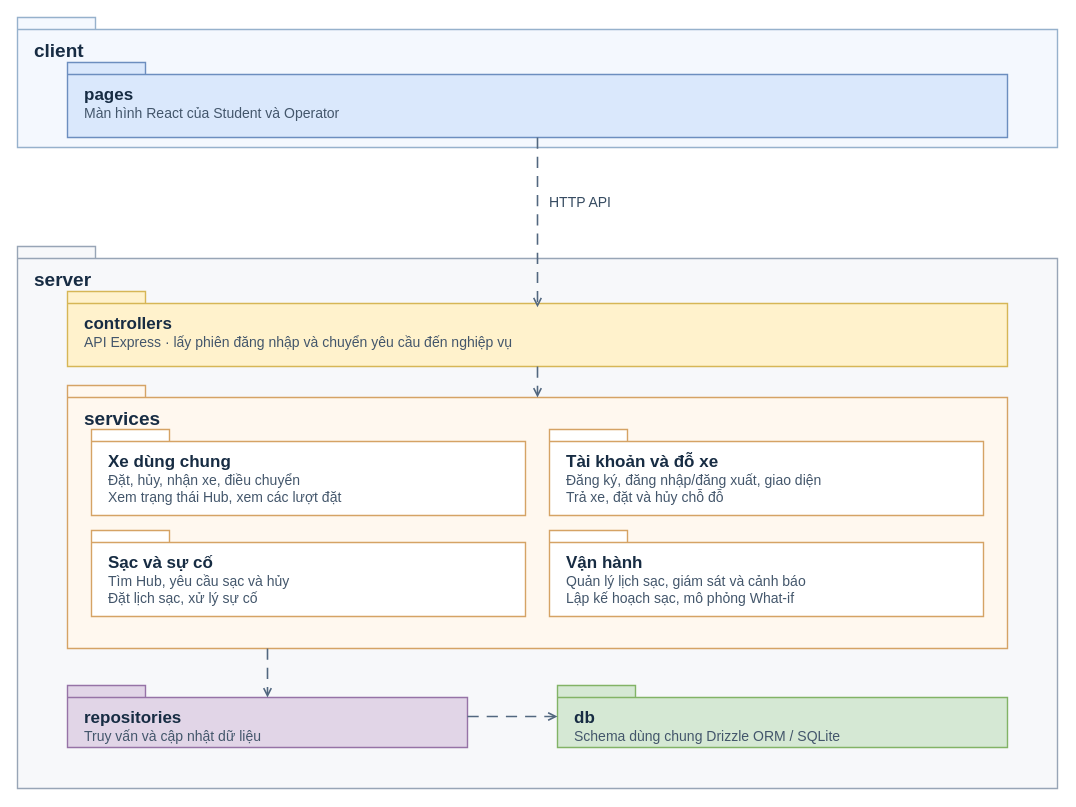
Before: docs/hoangnhan_submission3/packagediagram.drawio in nhanbui304/smart-emobility-hub, a draw.io diagram. Source tidied: cells renumbered, new cells numbered last; positions are measured from the earlier drawing's top-left corner, leaving out a move shared by most shapes. Both pictures are drawn from the tidied source at 100%, with x=0, y=0 at pixel (17, 17).
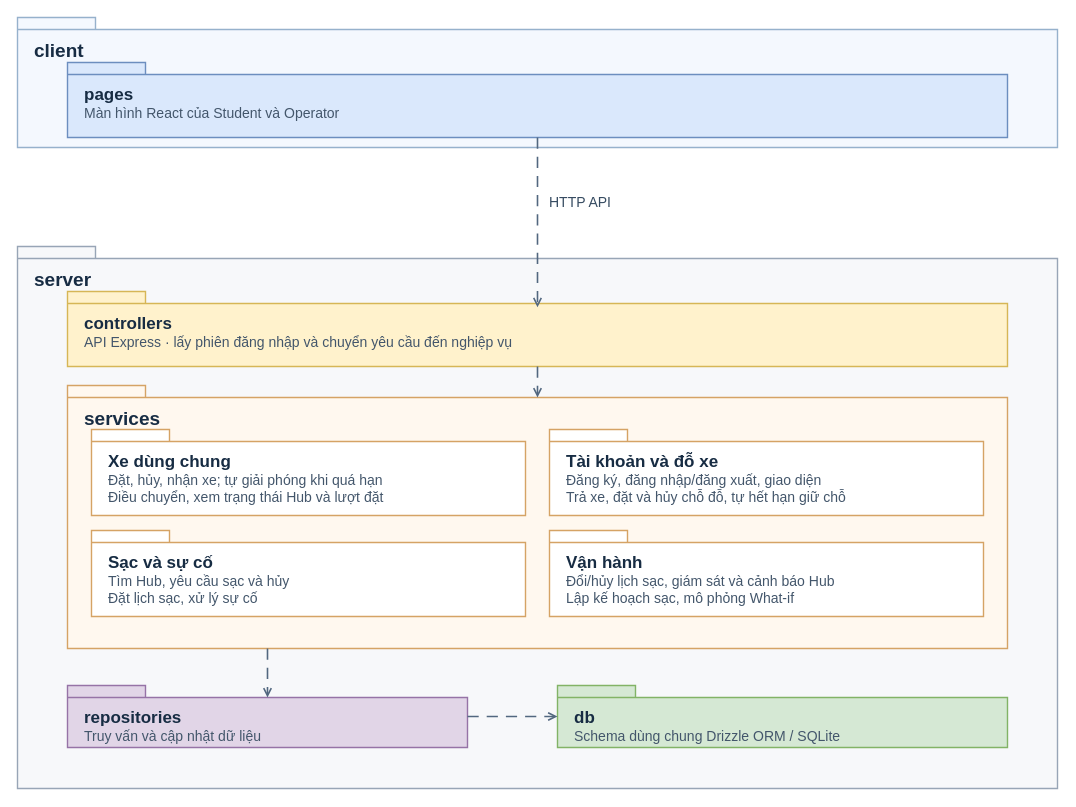
The same diagram, later.

Diff of the diagram source:
```diff
@@
 <mxGraphModel>
   <root>
     <mxCell id="0" />
     <mxCell id="1" parent="0" />
     <mxCell id="2" value="&lt;b style=&quot;font-size:19px&quot;&gt;client&lt;/b&gt;" style="shape=folder;tabWidth=78;tabHeight=12;tabPosition=left;html=1;whiteSpace=wrap;align=left;verticalAlign=top;spacingTop=16;spacingLeft=15;spacingBottom=0;strokeWidth=1.4;fillColor=#f4f8fe;strokeColor=#96b1cc;fontColor=#172c43;" parent="1" vertex="1">
       <mxGeometry width="1040" height="130" as="geometry" />
     </mxCell>
     <mxCell id="3" value="&lt;b style=&quot;font-size:17px&quot;&gt;pages&lt;/b&gt;&lt;br&gt;&lt;span style=&quot;font-size:14px;color:#43566b&quot;&gt;Màn hình React của Student và Operator&lt;/span&gt;" style="shape=folder;tabWidth=78;tabHeight=12;tabPosition=left;html=1;whiteSpace=wrap;align=left;verticalAlign=top;spacingTop=16;spacingLeft=15;spacingBottom=0;strokeWidth=1.4;fillColor=#dae8fc;strokeColor=#6c8ebf;fontColor=#172c43;" parent="2" vertex="1">
       <mxGeometry x="50" y="45" width="940" height="75" as="geometry" />
     </mxCell>
     <mxCell id="4" value="&lt;b style=&quot;font-size:19px&quot;&gt;server&lt;/b&gt;" style="shape=folder;tabWidth=78;tabHeight=12;tabPosition=left;html=1;whiteSpace=wrap;align=left;verticalAlign=top;spacingTop=16;spacingLeft=15;spacingBottom=0;strokeWidth=1.4;fillColor=#f7f8fa;strokeColor=#98a5b6;fontColor=#172c43;" parent="1" vertex="1">
       <mxGeometry y="229" width="1040" height="542" as="geometry" />
     </mxCell>
     <mxCell id="5" value="&lt;b style=&quot;font-size:17px&quot;&gt;controllers&lt;/b&gt;&lt;br&gt;&lt;span style=&quot;font-size:14px;color:#43566b&quot;&gt;API Express · lấy phiên đăng nhập và chuyển yêu cầu đến nghiệp vụ&lt;/span&gt;" style="shape=folder;tabWidth=78;tabHeight=12;tabPosition=left;html=1;whiteSpace=wrap;align=left;verticalAlign=top;spacingTop=16;spacingLeft=15;spacingBottom=0;strokeWidth=1.4;fillColor=#fff2cc;strokeColor=#d6b656;fontColor=#172c43;" parent="4" vertex="1">
       <mxGeometry x="50" y="45" width="940" height="75" as="geometry" />
     </mxCell>
     <mxCell id="6" value="&lt;b style=&quot;font-size:19px&quot;&gt;services&lt;/b&gt;" style="shape=folder;tabWidth=78;tabHeight=12;tabPosition=left;html=1;whiteSpace=wrap;align=left;verticalAlign=top;spacingTop=16;spacingLeft=15;spacingBottom=0;strokeWidth=1.4;fillColor=#fff8ef;strokeColor=#d5a365;fontColor=#172c43;" parent="4" vertex="1">
       <mxGeometry x="50" y="139" width="940" height="263" as="geometry" />
     </mxCell>
-    <mxCell id="7" value="&lt;b style=&quot;font-size:17px&quot;&gt;Xe dùng chung&lt;/b&gt;&lt;br&gt;&lt;span style=&quot;font-size: 14px; color: rgb(67, 86, 107);&quot;&gt;Đặt, hủy, nhận xe, điều chuyển&lt;/span&gt;&lt;br&gt;&lt;span style=&quot;font-size: 14px; color: rgb(67, 86, 107);&quot;&gt;Xem trạng thái Hub, xem các lượt đặt&lt;/span&gt;" style="shape=folder;tabWidth=78;tabHeight=12;tabPosition=left;html=1;whiteSpace=wrap;align=left;verticalAlign=top;spacingTop=16;spacingLeft=15;spacingBottom=0;strokeWidth=1.4;fillColor=#ffffff;strokeColor=#d5a365;fontColor=#172c43;" parent="6" vertex="1">
+    <mxCell id="7" value="&lt;b style=&quot;font-size:17px&quot;&gt;Xe dùng chung&lt;/b&gt;&lt;br&gt;&lt;span style=&quot;font-size: 14px; color: rgb(67, 86, 107);&quot;&gt;Đặt, hủy, nhận xe; tự giải phóng khi quá hạn&lt;/span&gt;&lt;br&gt;&lt;span style=&quot;font-size: 14px; color: rgb(67, 86, 107);&quot;&gt;Điều chuyển, xem trạng thái Hub và lượt đặt&lt;/span&gt;" style="shape=folder;tabWidth=78;tabHeight=12;tabPosition=left;html=1;whiteSpace=wrap;align=left;verticalAlign=top;spacingTop=16;spacingLeft=15;spacingBottom=0;strokeWidth=1.4;fillColor=#ffffff;strokeColor=#d5a365;fontColor=#172c43;" parent="6" vertex="1">
       <mxGeometry x="24" y="44" width="434" height="86" as="geometry" />
     </mxCell>
-    <mxCell id="8" value="&lt;b style=&quot;font-size:17px&quot;&gt;Tài khoản và đỗ xe&lt;/b&gt;&lt;br&gt;&lt;span style=&quot;font-size: 14px; color: rgb(67, 86, 107);&quot;&gt;Đăng ký, đăng nhập/đăng xuất, giao diện&lt;/span&gt;&lt;br&gt;&lt;span style=&quot;font-size: 14px; color: rgb(67, 86, 107);&quot;&gt;Trả xe, đặt và hủy chỗ đỗ&lt;/span&gt;" style="shape=folder;tabWidth=78;tabHeight=12;tabPosition=left;html=1;whiteSpace=wrap;align=left;verticalAlign=top;spacingTop=16;spacingLeft=15;spacingBottom=0;strokeWidth=1.4;fillColor=#ffffff;strokeColor=#d5a365;fontColor=#172c43;" parent="6" vertex="1">
+    <mxCell id="8" value="&lt;b style=&quot;font-size:17px&quot;&gt;Tài khoản và đỗ xe&lt;/b&gt;&lt;br&gt;&lt;span style=&quot;font-size: 14px; color: rgb(67, 86, 107);&quot;&gt;Đăng ký, đăng nhập/đăng xuất, giao diện&lt;/span&gt;&lt;br&gt;&lt;span style=&quot;font-size: 14px; color: rgb(67, 86, 107);&quot;&gt;Trả xe, đặt và hủy chỗ đỗ, tự hết hạn giữ chỗ&lt;/span&gt;" style="shape=folder;tabWidth=78;tabHeight=12;tabPosition=left;html=1;whiteSpace=wrap;align=left;verticalAlign=top;spacingTop=16;spacingLeft=15;spacingBottom=0;strokeWidth=1.4;fillColor=#ffffff;strokeColor=#d5a365;fontColor=#172c43;" parent="6" vertex="1">
       <mxGeometry x="482" y="44" width="434" height="86" as="geometry" />
     </mxCell>
     <mxCell id="9" value="&lt;b style=&quot;font-size:17px&quot;&gt;Sạc và sự cố&lt;/b&gt;&lt;br&gt;&lt;span style=&quot;font-size: 14px; color: rgb(67, 86, 107);&quot;&gt;Tìm Hub, yêu cầu sạc và hủy&lt;/span&gt;&lt;br&gt;&lt;span style=&quot;font-size: 14px; color: rgb(67, 86, 107);&quot;&gt;Đặt lịch sạc, xử lý sự cố&lt;/span&gt;" style="shape=folder;tabWidth=78;tabHeight=12;tabPosition=left;html=1;whiteSpace=wrap;align=left;verticalAlign=top;spacingTop=16;spacingLeft=15;spacingBottom=0;strokeWidth=1.4;fillColor=#ffffff;strokeColor=#d5a365;fontColor=#172c43;" parent="6" vertex="1">
       <mxGeometry x="24" y="145" width="434" height="86" as="geometry" />
     </mxCell>
-    <mxCell id="10" value="&lt;b style=&quot;font-size:17px&quot;&gt;Vận hành&lt;/b&gt;&lt;br&gt;&lt;span style=&quot;font-size: 14px; color: rgb(67, 86, 107);&quot;&gt;Quản lý lịch sạc, giám sát và cảnh báo&lt;/span&gt;&lt;br&gt;&lt;span style=&quot;font-size: 14px; color: rgb(67, 86, 107);&quot;&gt;Lập kế hoạch sạc, mô phỏng What-if&lt;/span&gt;" style="shape=folder;tabWidth=78;tabHeight=12;tabPosition=left;html=1;whiteSpace=wrap;align=left;verticalAlign=top;spacingTop=16;spacingLeft=15;spacingBottom=0;strokeWidth=1.4;fillColor=#ffffff;strokeColor=#d5a365;fontColor=#172c43;" parent="6" vertex="1">
+    <mxCell id="10" value="&lt;b style=&quot;font-size:17px&quot;&gt;Vận hành&lt;/b&gt;&lt;br&gt;&lt;span style=&quot;font-size: 14px; color: rgb(67, 86, 107);&quot;&gt;Đổi/hủy lịch sạc, giám sát và cảnh báo Hub&lt;/span&gt;&lt;br&gt;&lt;span style=&quot;font-size: 14px; color: rgb(67, 86, 107);&quot;&gt;Lập kế hoạch sạc, mô phỏng What-if&lt;/span&gt;" style="shape=folder;tabWidth=78;tabHeight=12;tabPosition=left;html=1;whiteSpace=wrap;align=left;verticalAlign=top;spacingTop=16;spacingLeft=15;spacingBottom=0;strokeWidth=1.4;fillColor=#ffffff;strokeColor=#d5a365;fontColor=#172c43;" parent="6" vertex="1">
       <mxGeometry x="482" y="145" width="434" height="86" as="geometry" />
     </mxCell>
     <mxCell id="11" value="&lt;b style=&quot;font-size:17px&quot;&gt;repositories&lt;/b&gt;&lt;br&gt;&lt;span style=&quot;font-size:14px;color:#43566b&quot;&gt;Truy vấn và cập nhật dữ liệu&lt;/span&gt;" style="shape=folder;tabWidth=78;tabHeight=12;tabPosition=left;html=1;whiteSpace=wrap;align=left;verticalAlign=top;spacingTop=16;spacingLeft=15;spacingBottom=0;strokeWidth=1.4;fillColor=#e1d5e7;strokeColor=#9673a6;fontColor=#172c43;" parent="4" vertex="1">
       <mxGeometry x="50" y="439" width="400" height="62" as="geometry" />
     </mxCell>
     <mxCell id="12" value="&lt;b style=&quot;font-size:17px&quot;&gt;db&lt;/b&gt;&lt;br&gt;&lt;span style=&quot;font-size: 14px; color: rgb(67, 86, 107);&quot;&gt;Schema dùng chung Drizzle ORM / SQLite&lt;/span&gt;" style="shape=folder;tabWidth=78;tabHeight=12;tabPosition=left;html=1;whiteSpace=wrap;align=left;verticalAlign=top;spacingTop=16;spacingLeft=15;spacingBottom=0;strokeWidth=1.4;fillColor=#d5e8d4;strokeColor=#82b366;fontColor=#172c43;" parent="4" vertex="1">
       <mxGeometry x="540" y="439" width="450" height="62" as="geometry" />
     </mxCell>
     <mxCell id="13" style="noEdgeStyle=1;html=1;endArrow=open;endFill=0;dashed=1;dashPattern=7 5;strokeColor=#52677f;strokeWidth=1.6;exitX=0.5;exitY=1;exitPerimeter=0;entryX=0.5;entryY=0.21052631578947367;entryPerimeter=0;" parent="1" edge="1" source="3" target="5">
       <mxGeometry relative="1" as="geometry" />
     </mxCell>
     <mxCell id="14" style="noEdgeStyle=1;html=1;endArrow=open;endFill=0;dashed=1;dashPattern=7 5;strokeColor=#52677f;strokeWidth=1.6;exitX=0.5;exitY=1;exitPerimeter=0;entryX=0.5;entryY=0.045627376425855515;entryPerimeter=0;" parent="1" edge="1" source="5" target="6">
       <mxGeometry relative="1" as="geometry" />
     </mxCell>
     <mxCell id="15" style="noEdgeStyle=1;html=1;endArrow=open;endFill=0;dashed=1;dashPattern=7 5;strokeColor=#52677f;strokeWidth=1.6;exitX=0.2127659574;exitY=1;exitPerimeter=0;entryX=0.5;entryY=0.1935483870967742;entryPerimeter=0;" parent="1" edge="1" source="6" target="11">
       <mxGeometry relative="1" as="geometry" />
     </mxCell>
     <mxCell id="16" style="noEdgeStyle=1;html=1;endArrow=open;endFill=0;dashed=1;dashPattern=7 5;strokeColor=#52677f;strokeWidth=1.6;exitX=1;exitY=0.5;exitPerimeter=0;entryX=0;entryY=0.5;entryPerimeter=0;" parent="1" edge="1" source="11" target="12">
       <mxGeometry relative="1" as="geometry" />
     </mxCell>
     <mxCell id="17" value="HTTP API" style="text;html=1;align=left;verticalAlign=middle;spacing=0;strokeColor=none;fillColor=none;fontSize=14;fontStyle=0;fontColor=#364b61;" parent="1" vertex="1">
       <mxGeometry x="532" y="170" width="246" height="29" as="geometry" />
     </mxCell>
   </root>
 </mxGraphModel>
```
